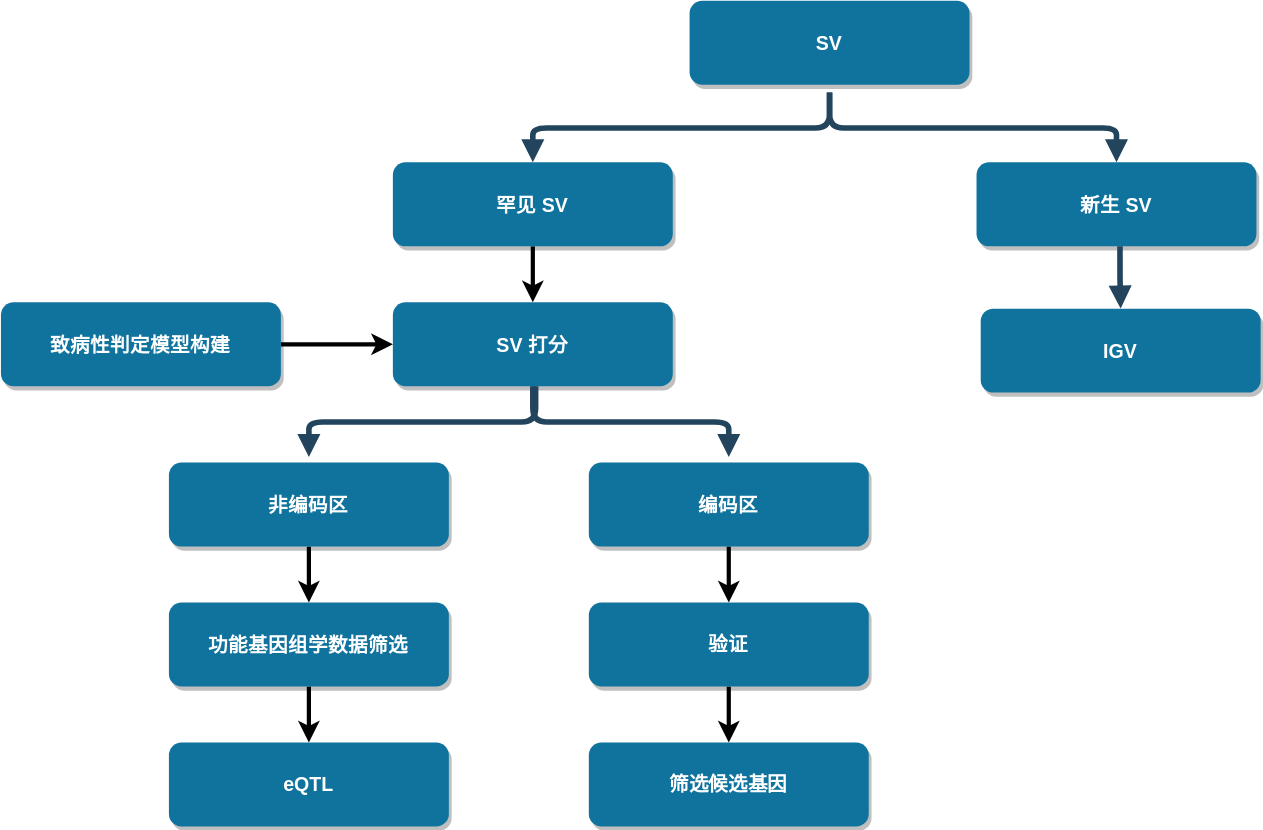
Above: asd-sv-pipeline.drawio.svg in ShirleyLiu-BCH/workflow (draw.io), before the change. Source tidied: cells renumbered, new cells last; positions are measured from the earlier drawing's top-left corner, leaving out a move shared by most shapes.
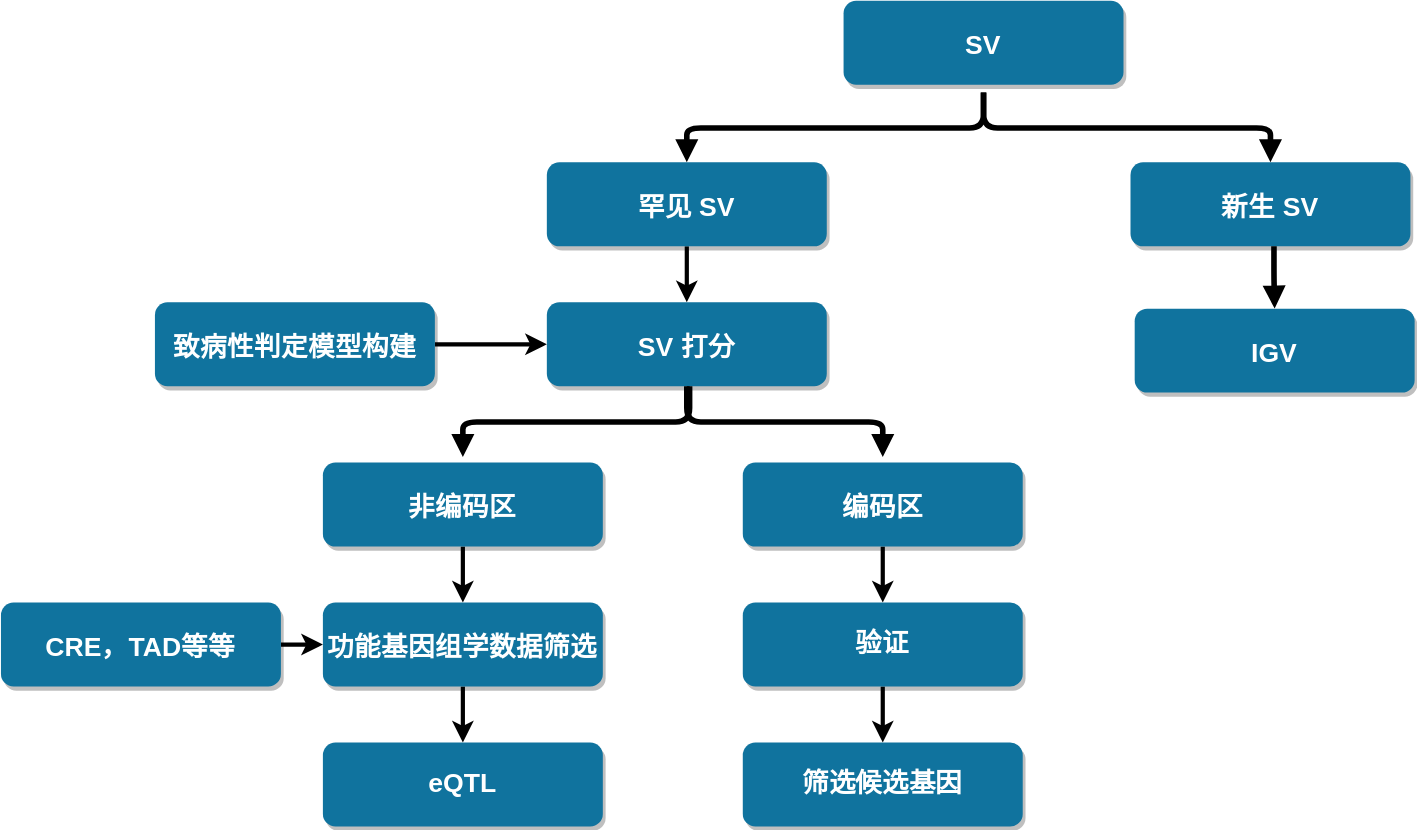
After the commit.

Diff of the diagram source:
```diff
@@ -2,89 +2,95 @@
   <root>
     <mxCell id="0" />
     <mxCell id="1" parent="0" />
-    <mxCell id="2" value="SV" style="rounded=1;fillColor=#10739E;strokeColor=none;shadow=1;gradientColor=none;fontStyle=1;fontColor=#FFFFFF;fontSize=14;" parent="1" vertex="1">
+    <mxCell id="2" value="SV" style="rounded=1;fillColor=#10739E;strokeColor=none;shadow=1;gradientColor=none;fontStyle=1;fontColor=#FFFFFF;fontSize=19;" parent="1" vertex="1">
       <mxGeometry x="492" width="200" height="60" as="geometry" />
     </mxCell>
-    <mxCell id="3" style="edgeStyle=orthogonalEdgeStyle;rounded=0;jettySize=auto;html=1;strokeWidth=3;" parent="1" edge="1" source="4" target="6">
+    <mxCell id="3" style="edgeStyle=orthogonalEdgeStyle;rounded=0;jettySize=auto;html=1;strokeWidth=3;fontSize=19;fontStyle=1;" parent="1" edge="1" source="4" target="6">
       <mxGeometry relative="1" as="geometry" />
     </mxCell>
-    <mxCell id="4" value="罕见 SV" style="rounded=1;fillColor=#10739E;strokeColor=none;shadow=1;gradientColor=none;fontStyle=1;fontColor=#FFFFFF;fontSize=14;" parent="1" vertex="1">
+    <mxCell id="4" value="罕见 SV" style="rounded=1;fillColor=#10739E;strokeColor=none;shadow=1;gradientColor=none;fontStyle=1;fontColor=#FFFFFF;fontSize=19;" parent="1" vertex="1">
       <mxGeometry x="280" y="115.5" width="200" height="60" as="geometry" />
     </mxCell>
-    <mxCell id="5" value="新生 SV" style="rounded=1;fillColor=#10739E;strokeColor=none;shadow=1;gradientColor=none;fontStyle=1;fontColor=#FFFFFF;fontSize=14;" parent="1" vertex="1">
+    <mxCell id="5" value="新生 SV" style="rounded=1;fillColor=#10739E;strokeColor=none;shadow=1;gradientColor=none;fontStyle=1;fontColor=#FFFFFF;fontSize=19;" parent="1" vertex="1">
       <mxGeometry x="697" y="115.5" width="200" height="60" as="geometry" />
     </mxCell>
-    <mxCell id="6" value="SV 打分" style="rounded=1;fillColor=#10739E;strokeColor=none;shadow=1;gradientColor=none;fontStyle=1;fontColor=#FFFFFF;fontSize=14;strokeWidth=7;" parent="1" vertex="1">
+    <mxCell id="6" value="SV 打分" style="rounded=1;fillColor=#10739E;strokeColor=none;shadow=1;gradientColor=none;fontStyle=1;fontColor=#FFFFFF;fontSize=19;strokeWidth=7;" parent="1" vertex="1">
       <mxGeometry x="280" y="215.5" width="200" height="60" as="geometry" />
     </mxCell>
-    <mxCell id="7" value="IGV" style="rounded=1;fillColor=#10739E;strokeColor=none;shadow=1;gradientColor=none;fontStyle=1;fontColor=#FFFFFF;fontSize=14;" parent="1" vertex="1">
+    <mxCell id="7" value="IGV" style="rounded=1;fillColor=#10739E;strokeColor=none;shadow=1;gradientColor=none;fontStyle=1;fontColor=#FFFFFF;fontSize=19;" parent="1" vertex="1">
       <mxGeometry x="700" y="220" width="200" height="60" as="geometry" />
     </mxCell>
-    <mxCell id="8" style="edgeStyle=elbowEdgeStyle;elbow=vertical;strokeWidth=4;endArrow=block;endFill=1;fontStyle=1;strokeColor=#23445D;" parent="1" edge="1" target="4">
+    <mxCell id="8" style="edgeStyle=elbowEdgeStyle;elbow=vertical;strokeWidth=4;endArrow=block;endFill=1;fontStyle=1;strokeColor=#000000;fontSize=19;" parent="1" edge="1" target="4">
       <mxGeometry x="22" y="165.5" as="geometry">
         <mxPoint x="592" y="65.5" as="sourcePoint" />
       </mxGeometry>
     </mxCell>
-    <mxCell id="9" style="edgeStyle=elbowEdgeStyle;elbow=vertical;strokeWidth=4;endArrow=block;endFill=1;fontStyle=1;strokeColor=#23445D;" parent="1" edge="1" target="5">
+    <mxCell id="9" style="edgeStyle=elbowEdgeStyle;elbow=vertical;strokeWidth=4;endArrow=block;endFill=1;fontStyle=1;strokeColor=#000000;fontSize=19;" parent="1" edge="1" target="5">
       <mxGeometry x="22" y="165.5" as="geometry">
         <mxPoint x="592" y="65.5" as="sourcePoint" />
       </mxGeometry>
     </mxCell>
-    <mxCell id="10" style="edgeStyle=elbowEdgeStyle;elbow=vertical;strokeWidth=4;endArrow=block;endFill=1;fontStyle=1;strokeColor=#23445D;" parent="1" edge="1">
+    <mxCell id="10" style="edgeStyle=elbowEdgeStyle;elbow=vertical;strokeWidth=4;endArrow=block;endFill=1;fontStyle=1;strokeColor=#000000;fontSize=19;" parent="1" edge="1">
       <mxGeometry x="72" y="175.5" as="geometry">
         <mxPoint x="799.5" y="175.5" as="sourcePoint" />
         <mxPoint x="800" y="220" as="targetPoint" />
       </mxGeometry>
     </mxCell>
-    <mxCell id="11" style="edgeStyle=orthogonalEdgeStyle;rounded=0;jettySize=auto;html=1;strokeWidth=3;" parent="1" edge="1" source="12">
+    <mxCell id="11" style="edgeStyle=orthogonalEdgeStyle;rounded=0;jettySize=auto;html=1;strokeWidth=3;fontSize=19;fontStyle=1;" parent="1" edge="1" source="12">
       <mxGeometry relative="1" as="geometry">
         <mxPoint x="280" y="245.5" as="targetPoint" />
       </mxGeometry>
     </mxCell>
-    <mxCell id="12" value="致病性判定模型构建" style="rounded=1;fillColor=#10739E;strokeColor=none;shadow=1;gradientColor=none;fontStyle=1;fontColor=#FFFFFF;fontSize=14;" parent="1" vertex="1">
+    <mxCell id="12" value="致病性判定模型构建" style="rounded=1;fillColor=#10739E;strokeColor=none;shadow=1;gradientColor=none;fontStyle=1;fontColor=#FFFFFF;fontSize=19;" parent="1" vertex="1">
       <mxGeometry y="215.5" width="200" height="60" as="geometry" />
     </mxCell>
-    <mxCell id="13" style="edgeStyle=elbowEdgeStyle;elbow=vertical;strokeWidth=4;endArrow=block;endFill=1;fontStyle=1;strokeColor=#23445D;" parent="1" edge="1">
+    <mxCell id="13" style="edgeStyle=elbowEdgeStyle;elbow=vertical;strokeWidth=4;endArrow=block;endFill=1;fontStyle=1;strokeColor=#000000;fontSize=19;" parent="1" edge="1">
       <mxGeometry x="22" y="165.5" as="geometry">
         <mxPoint x="382" y="275.5" as="sourcePoint" />
         <mxPoint x="220" y="326" as="targetPoint" />
       </mxGeometry>
     </mxCell>
-    <mxCell id="14" style="edgeStyle=orthogonalEdgeStyle;rounded=0;jettySize=auto;html=1;strokeWidth=3;" parent="1" edge="1" source="15" target="20">
+    <mxCell id="14" style="edgeStyle=orthogonalEdgeStyle;rounded=0;jettySize=auto;html=1;strokeWidth=3;fontSize=19;fontStyle=1;" parent="1" edge="1" source="15" target="20">
       <mxGeometry relative="1" as="geometry" />
     </mxCell>
-    <mxCell id="15" value="非编码区" style="rounded=1;fillColor=#10739E;strokeColor=none;shadow=1;gradientColor=none;fontStyle=1;fontColor=#FFFFFF;fontSize=14;strokeWidth=7;" parent="1" vertex="1">
+    <mxCell id="15" value="非编码区" style="rounded=1;fillColor=#10739E;strokeColor=none;shadow=1;gradientColor=none;fontStyle=1;fontColor=#FFFFFF;fontSize=19;strokeWidth=7;" parent="1" vertex="1">
       <mxGeometry x="120" y="330" width="200" height="60" as="geometry" />
     </mxCell>
-    <mxCell id="16" style="edgeStyle=elbowEdgeStyle;elbow=vertical;strokeWidth=4;endArrow=block;endFill=1;fontStyle=1;strokeColor=#23445D;" parent="1" edge="1">
+    <mxCell id="16" style="edgeStyle=elbowEdgeStyle;elbow=vertical;strokeWidth=4;endArrow=block;endFill=1;fontStyle=1;strokeColor=#000000;fontSize=19;" parent="1" edge="1">
       <mxGeometry x="22" y="165.5" as="geometry">
         <mxPoint x="380" y="275.5" as="sourcePoint" />
         <mxPoint x="520" y="326" as="targetPoint" />
       </mxGeometry>
     </mxCell>
-    <mxCell id="17" style="edgeStyle=orthogonalEdgeStyle;rounded=0;jettySize=auto;html=1;strokeWidth=3;" parent="1" edge="1" source="18" target="22">
+    <mxCell id="17" style="edgeStyle=orthogonalEdgeStyle;rounded=0;jettySize=auto;html=1;strokeWidth=3;fontSize=19;fontStyle=1;" parent="1" edge="1" source="18" target="22">
       <mxGeometry relative="1" as="geometry" />
     </mxCell>
-    <mxCell id="18" value="编码区" style="rounded=1;fillColor=#10739E;strokeColor=none;shadow=1;gradientColor=none;fontStyle=1;fontColor=#FFFFFF;fontSize=14;strokeWidth=7;" parent="1" vertex="1">
+    <mxCell id="18" value="编码区" style="rounded=1;fillColor=#10739E;strokeColor=none;shadow=1;gradientColor=none;fontStyle=1;fontColor=#FFFFFF;fontSize=19;strokeWidth=7;" parent="1" vertex="1">
       <mxGeometry x="420" y="330" width="200" height="60" as="geometry" />
     </mxCell>
-    <mxCell id="19" style="edgeStyle=orthogonalEdgeStyle;rounded=0;jettySize=auto;html=1;strokeWidth=3;" parent="1" edge="1" source="20" target="23">
+    <mxCell id="19" style="edgeStyle=orthogonalEdgeStyle;rounded=0;jettySize=auto;html=1;strokeWidth=3;fontSize=19;fontStyle=1;" parent="1" edge="1" source="20" target="23">
       <mxGeometry relative="1" as="geometry" />
     </mxCell>
-    <mxCell id="20" value="功能基因组学数据筛选" style="rounded=1;fillColor=#10739E;strokeColor=none;shadow=1;gradientColor=none;fontStyle=1;fontColor=#FFFFFF;fontSize=14;" parent="1" vertex="1">
+    <mxCell id="20" value="功能基因组学数据筛选" style="rounded=1;fillColor=#10739E;strokeColor=none;shadow=1;gradientColor=none;fontStyle=1;fontColor=#FFFFFF;fontSize=19;" parent="1" vertex="1">
       <mxGeometry x="120" y="430" width="200" height="60" as="geometry" />
     </mxCell>
-    <mxCell id="21" style="edgeStyle=orthogonalEdgeStyle;rounded=0;jettySize=auto;html=1;strokeWidth=3;" parent="1" edge="1" source="22" target="24">
+    <mxCell id="21" style="edgeStyle=orthogonalEdgeStyle;rounded=0;jettySize=auto;html=1;strokeWidth=3;fontSize=19;fontStyle=1;" parent="1" edge="1" source="22" target="24">
       <mxGeometry relative="1" as="geometry" />
     </mxCell>
-    <mxCell id="22" value="验证" style="whiteSpace=wrap;html=1;fontSize=14;fillColor=#10739E;strokeColor=none;fontColor=#FFFFFF;rounded=1;shadow=1;gradientColor=none;fontStyle=1;strokeWidth=7;" parent="1" vertex="1">
+    <mxCell id="22" value="验证" style="whiteSpace=wrap;html=1;fontSize=19;fillColor=#10739E;strokeColor=none;fontColor=#FFFFFF;rounded=1;shadow=1;gradientColor=none;fontStyle=1;strokeWidth=7;" parent="1" vertex="1">
       <mxGeometry x="420" y="430" width="200" height="60" as="geometry" />
     </mxCell>
-    <mxCell id="23" value="eQTL" style="whiteSpace=wrap;html=1;fontSize=14;fillColor=#10739E;strokeColor=none;fontColor=#FFFFFF;rounded=1;shadow=1;gradientColor=none;fontStyle=1;" parent="1" vertex="1">
+    <mxCell id="23" value="eQTL" style="whiteSpace=wrap;html=1;fontSize=19;fillColor=#10739E;strokeColor=none;fontColor=#FFFFFF;rounded=1;shadow=1;gradientColor=none;fontStyle=1;" parent="1" vertex="1">
       <mxGeometry x="120" y="530" width="200" height="60" as="geometry" />
     </mxCell>
-    <mxCell id="24" value="筛选候选基因" style="whiteSpace=wrap;html=1;fontSize=14;fillColor=#10739E;strokeColor=none;fontColor=#FFFFFF;rounded=1;shadow=1;gradientColor=none;fontStyle=1;strokeWidth=7;" parent="1" vertex="1">
+    <mxCell id="24" value="筛选候选基因" style="whiteSpace=wrap;html=1;fontSize=19;fillColor=#10739E;strokeColor=none;fontColor=#FFFFFF;rounded=1;shadow=1;gradientColor=none;fontStyle=1;strokeWidth=7;" parent="1" vertex="1">
       <mxGeometry x="420" y="530" width="200" height="60" as="geometry" />
     </mxCell>
+    <mxCell id="25" style="edgeStyle=orthogonalEdgeStyle;rounded=0;jettySize=auto;html=1;strokeWidth=3;fontSize=19;fontStyle=1;" parent="1" edge="1" source="26" target="20">
+      <mxGeometry relative="1" as="geometry" />
+    </mxCell>
+    <mxCell id="26" value="CRE，TAD等等" style="rounded=1;fillColor=#10739E;strokeColor=none;shadow=1;gradientColor=none;fontStyle=1;fontColor=#FFFFFF;fontSize=19;" parent="1" vertex="1">
+      <mxGeometry x="-110" y="430" width="200" height="60" as="geometry" />
+    </mxCell>
   </root>
 </mxGraphModel>
```
